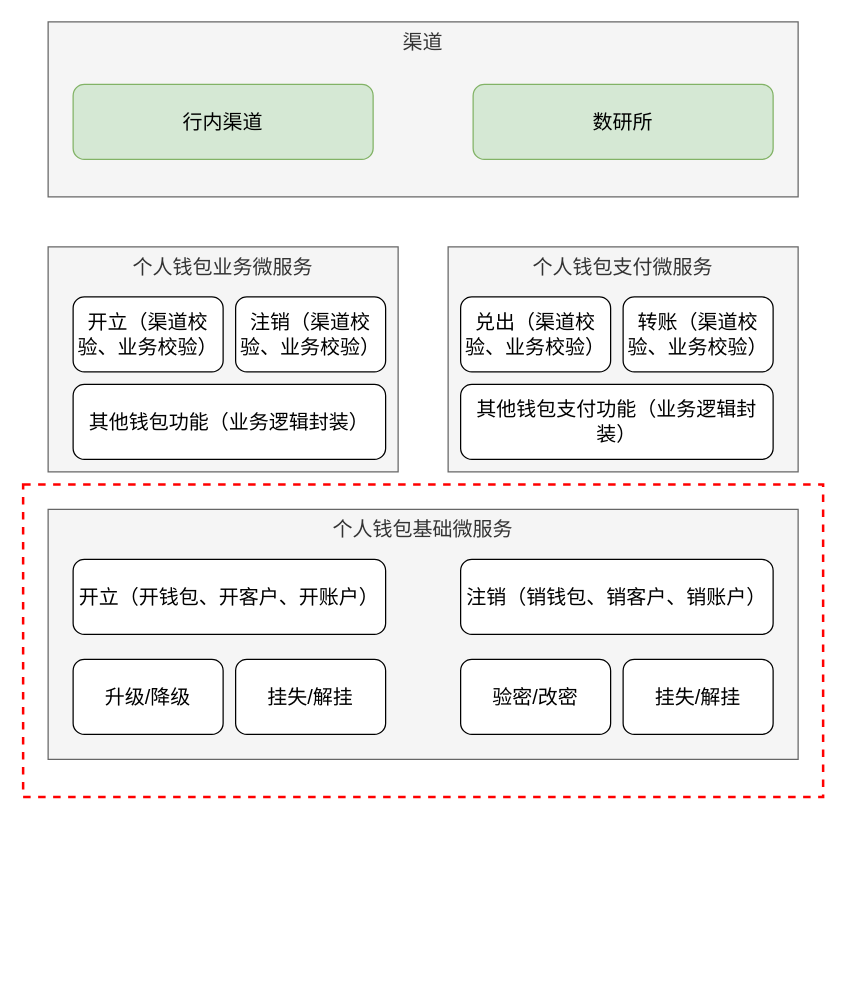
This is 钱包设计.drawio from EngineKing/draw, a draw.io file, before an edit. Source tidied: cells renumbered, new cells numbered last; positions are measured from the earlier drawing's top-left corner, leaving out a move shared by most shapes. Both pictures are drawn from the tidied source at 125%, with x=0, y=0 at pixel (22, 21).
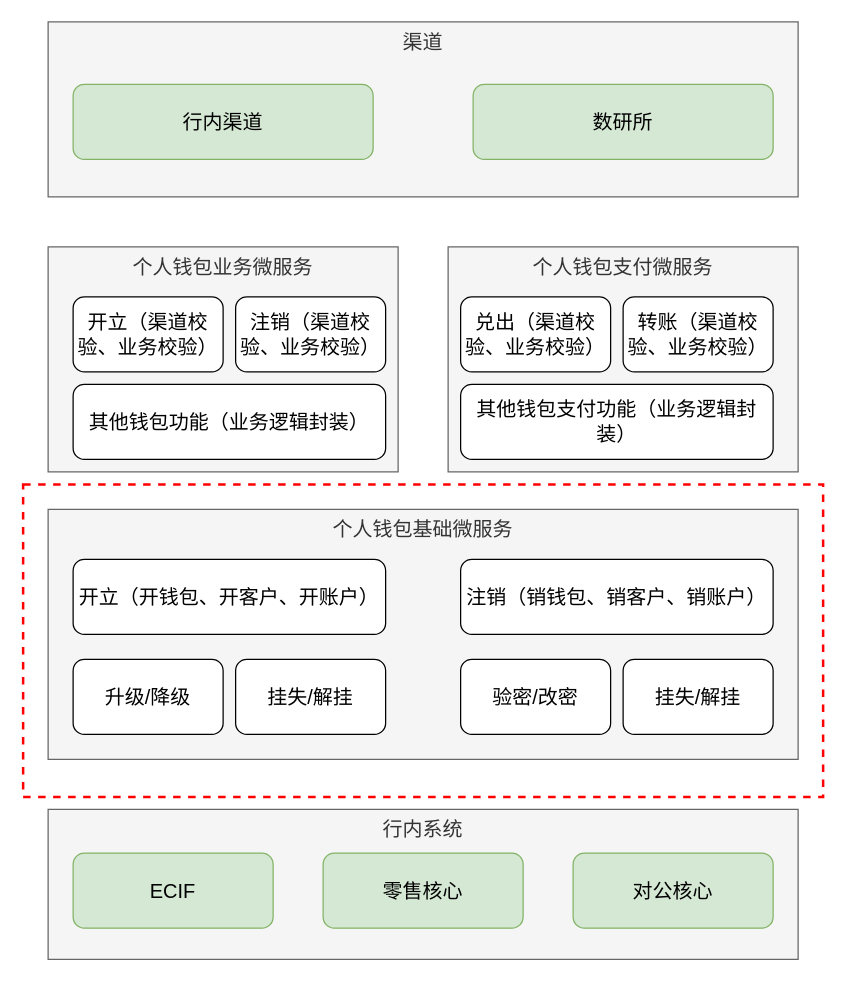
The same diagram, later.

Commit message (it also covers changes not shown here):
更新钱包设计.drawio

The edit, as a diff of the source:
```diff
@@
+    <mxCell id="21" value="行内系统" style="rounded=0;whiteSpace=wrap;html=1;fontFamily=简宋;fontSize=16;verticalAlign=top;fillColor=#f5f5f5;fontColor=#333333;strokeColor=#666666;" parent="1" vertex="1">
+      <mxGeometry x="20" y="630" width="600" height="120" as="geometry" />
+    </mxCell>
@@
+    <mxCell id="22" value="ECIF" style="rounded=1;whiteSpace=wrap;html=1;strokeColor=#82b366;align=center;verticalAlign=middle;fontFamily=简宋;fontSize=16;fillColor=#d5e8d4;" parent="1" vertex="1">
+      <mxGeometry x="40" y="665" width="160" height="60" as="geometry" />
+    </mxCell>
+    <mxCell id="23" value="零售核心" style="rounded=1;whiteSpace=wrap;html=1;strokeColor=#82b366;align=center;verticalAlign=middle;fontFamily=简宋;fontSize=16;fillColor=#d5e8d4;" parent="1" vertex="1">
+      <mxGeometry x="240" y="665" width="160" height="60" as="geometry" />
+    </mxCell>
+    <mxCell id="24" value="对公核心" style="rounded=1;whiteSpace=wrap;html=1;strokeColor=#82b366;align=center;verticalAlign=middle;fontFamily=简宋;fontSize=16;fillColor=#d5e8d4;" parent="1" vertex="1">
+      <mxGeometry x="440" y="665" width="160" height="60" as="geometry" />
+    </mxCell>
```
